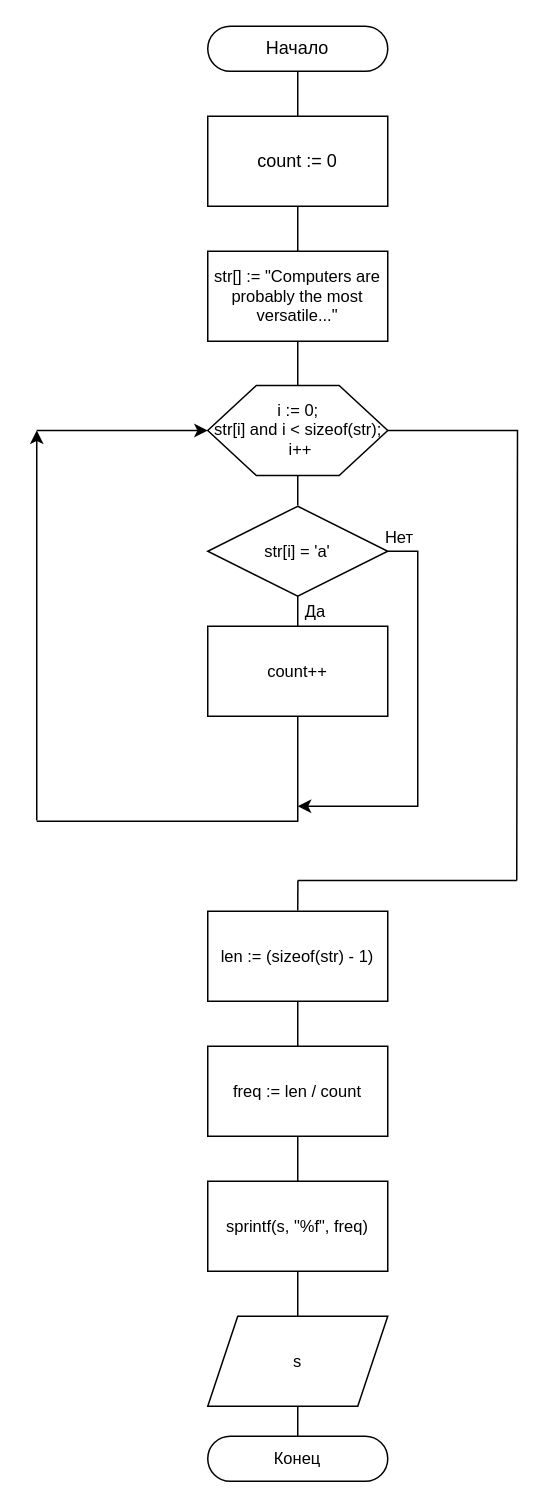
This is 2.2/report/2.2.2.drawio from marselleze/poais-coding, a draw.io file, before an edit. Source tidied: cells renumbered, new cells numbered last; positions are measured from the earlier drawing's top-left corner, leaving out a move shared by most shapes. Both pictures are drawn from the tidied source at 150%, with x=0, y=0 at pixel (36, 26).
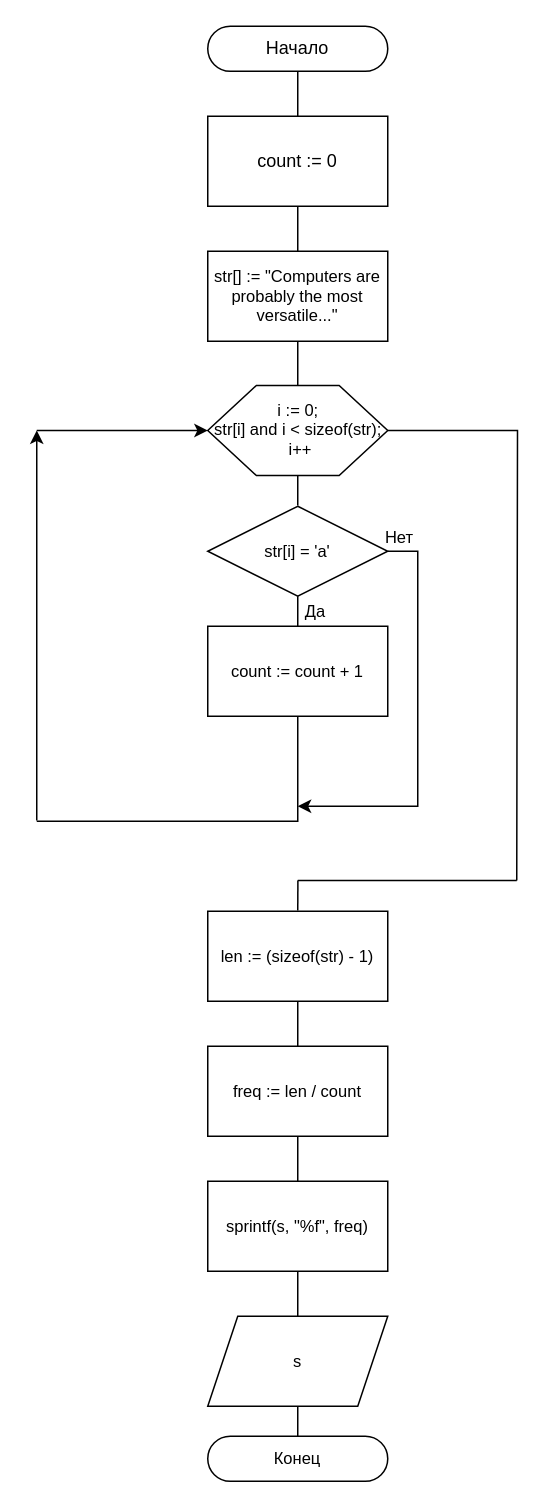
The same page after the edit.

What changed in the source:
```diff
@@
-    <mxCell id="19" value="count++" style="rounded=0;whiteSpace=wrap;html=1;fontFamily=Helvetica;fontSize=11;fontColor=default;" parent="1" vertex="1">
+    <mxCell id="19" value="count := count + 1" style="rounded=0;whiteSpace=wrap;html=1;fontFamily=Helvetica;fontSize=11;fontColor=default;" parent="1" vertex="1">
       <mxGeometry x="114" y="400" width="120" height="60" as="geometry" />
     </mxCell>
```
